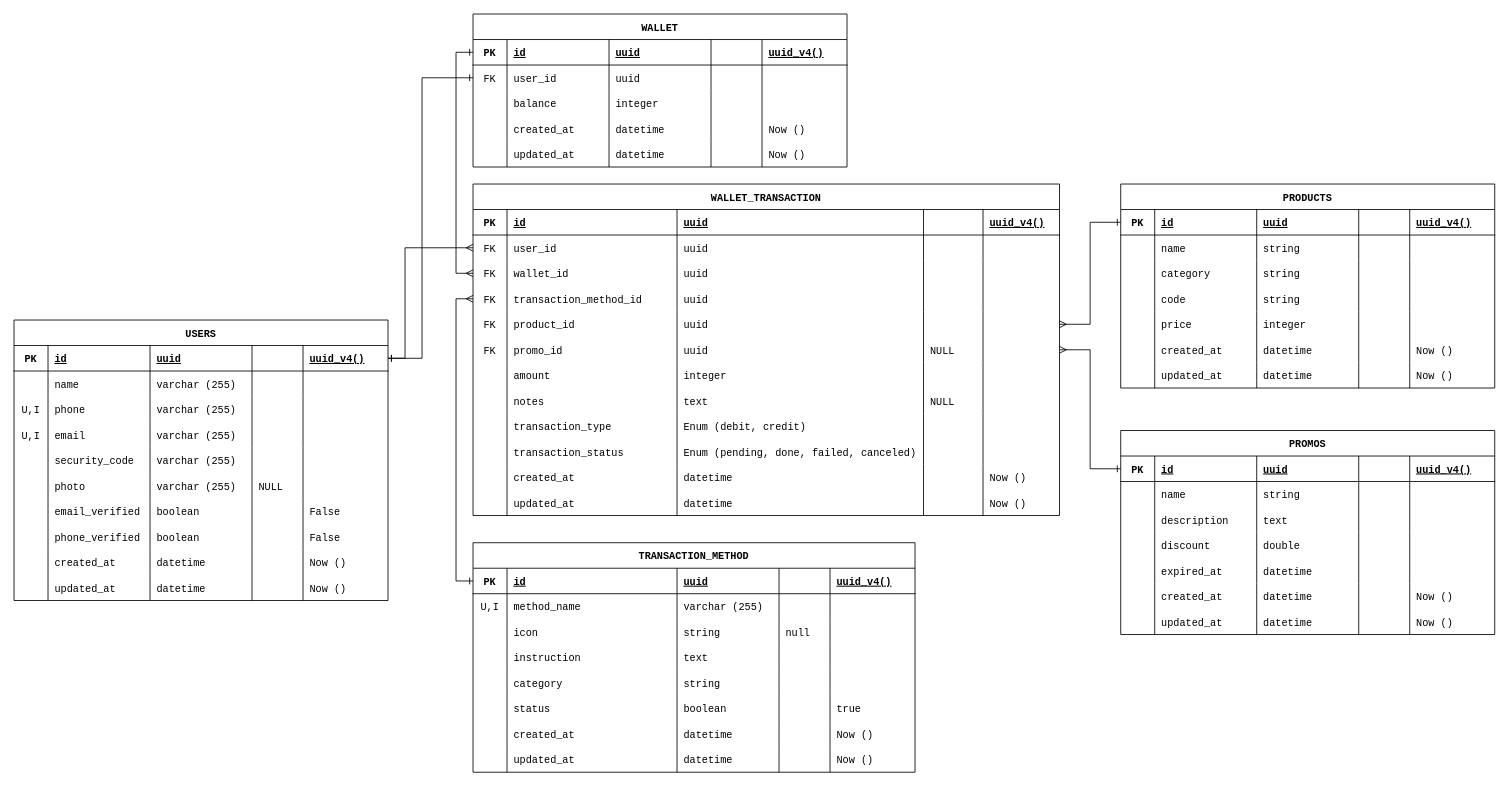
Above: page "Schema" (1 of 7) of requirements/Database ERD.drawio in foxxxesky/Final-Projects-Backend-OVO (draw.io), before the change. Source tidied: cells renumbered, new cells numbered last; positions are measured from the earlier drawing's top-left corner, leaving out a move shared by most shapes. Both pictures are drawn from the tidied source at 85%, with x=0, y=0 at pixel (14, 14).
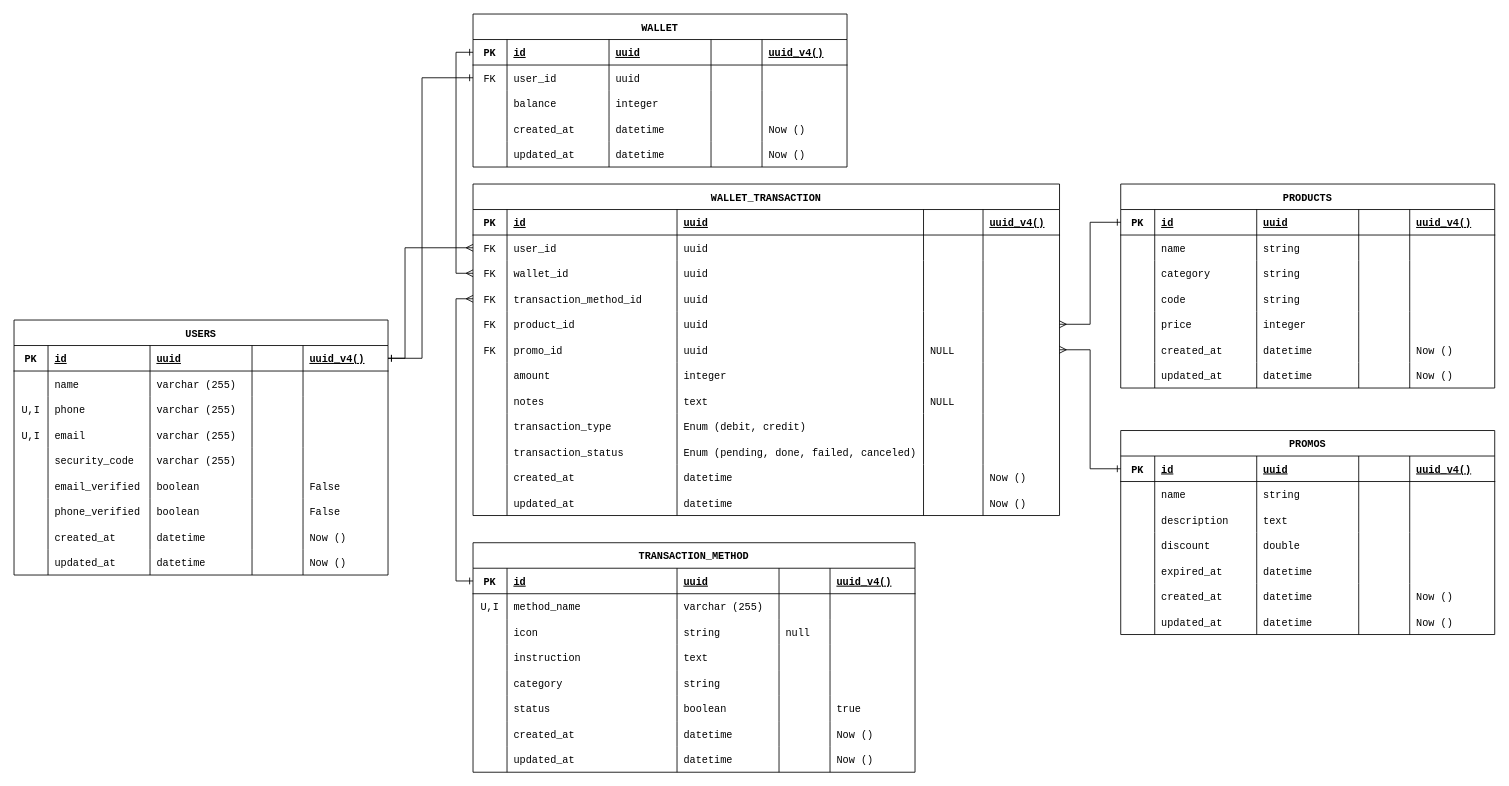
The same diagram, later.

The edit, as a diff of the source:
```diff
@@
     <mxCell id="2" value="USERS" style="shape=table;startSize=30;childLayout=tableLayout;rowLines=0;fontStyle=1;align=center;fontFamily=Courier New;" parent="1" vertex="1">
-      <mxGeometry y="360" width="440" height="330" as="geometry" />
+      <mxGeometry y="360" width="440" height="300" as="geometry" />
     </mxCell>
@@
-    <mxCell id="33" style="shape=tableRow;horizontal=0;startSize=0;swimlaneHead=0;swimlaneBody=0;fillColor=none;top=0;left=0;right=0;bottom=0;fontFamily=Courier New;" parent="2" vertex="1">
-      <mxGeometry y="180" width="440" height="30" as="geometry" />
-    </mxCell>
-    <mxCell id="34" style="shape=partialRectangle;fillColor=none;top=0;left=0;bottom=0;right=0;overflow=hidden;fontFamily=Courier New;" parent="33" vertex="1">
-      <mxGeometry width="40" height="30" as="geometry" />
-    </mxCell>
-    <mxCell id="35" value="photo" style="shape=partialRectangle;fillColor=none;top=0;left=0;bottom=0;right=0;align=left;spacingLeft=6;overflow=hidden;fontFamily=Courier New;" parent="33" vertex="1">
-      <mxGeometry x="40" width="120" height="30" as="geometry" />
-    </mxCell>
-    <mxCell id="36" value="varchar (255)" style="shape=partialRectangle;fillColor=none;top=0;left=0;bottom=0;right=0;align=left;spacingLeft=6;overflow=hidden;fontFamily=Courier New;" parent="33" vertex="1">
-      <mxGeometry x="160" width="120" height="30" as="geometry" />
-    </mxCell>
-    <mxCell id="37" value="NULL" style="shape=partialRectangle;fillColor=none;top=0;left=0;bottom=0;right=0;align=left;spacingLeft=6;overflow=hidden;fontFamily=Courier New;" parent="33" vertex="1">
-      <mxGeometry x="280" width="60" height="30" as="geometry" />
-    </mxCell>
-    <mxCell id="38" style="shape=partialRectangle;fillColor=none;top=0;left=0;bottom=0;right=0;align=left;spacingLeft=6;overflow=hidden;fontFamily=Courier New;" parent="33" vertex="1">
-      <mxGeometry x="340" width="100" height="30" as="geometry" />
-    </mxCell>
     <mxCell id="39" style="shape=tableRow;horizontal=0;startSize=0;swimlaneHead=0;swimlaneBody=0;fillColor=none;top=0;left=0;right=0;bottom=0;fontFamily=Courier New;" parent="2" vertex="1">
-      <mxGeometry y="210" width="440" height="30" as="geometry" />
+      <mxGeometry y="180" width="440" height="30" as="geometry" />
     </mxCell>
@@
     <mxCell id="45" style="shape=tableRow;horizontal=0;startSize=0;swimlaneHead=0;swimlaneBody=0;fillColor=none;top=0;left=0;right=0;bottom=0;fontFamily=Courier New;" parent="2" vertex="1">
-      <mxGeometry y="240" width="440" height="30" as="geometry" />
+      <mxGeometry y="210" width="440" height="30" as="geometry" />
     </mxCell>
@@
     <mxCell id="51" style="shape=tableRow;horizontal=0;startSize=0;swimlaneHead=0;swimlaneBody=0;fillColor=none;top=0;left=0;right=0;bottom=0;fontFamily=Courier New;" parent="2" vertex="1">
-      <mxGeometry y="270" width="440" height="30" as="geometry" />
+      <mxGeometry y="240" width="440" height="30" as="geometry" />
     </mxCell>
@@
     <mxCell id="57" style="shape=tableRow;horizontal=0;startSize=0;swimlaneHead=0;swimlaneBody=0;fillColor=none;top=0;left=0;right=0;bottom=0;fontFamily=Courier New;" parent="2" vertex="1">
-      <mxGeometry y="300" width="440" height="30" as="geometry" />
+      <mxGeometry y="270" width="440" height="30" as="geometry" />
     </mxCell>
```
